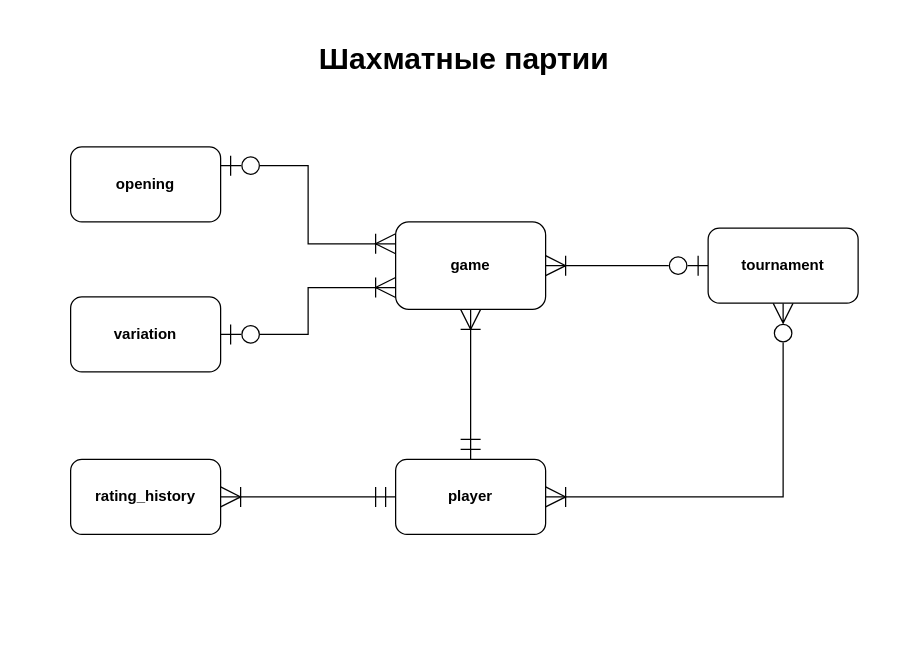
Earlier version of the draw.io diagram page "концептуальная" (3 of 3) of docs/DB2023.drawio (Pr0f1D0c/DB2023Project). Source tidied: cells renumbered, new cells numbered last; positions are measured from the earlier drawing's top-left corner, leaving out a move shared by most shapes. Both pictures are drawn from the tidied source at 125%, with x=0, y=0 at pixel (70, 34).
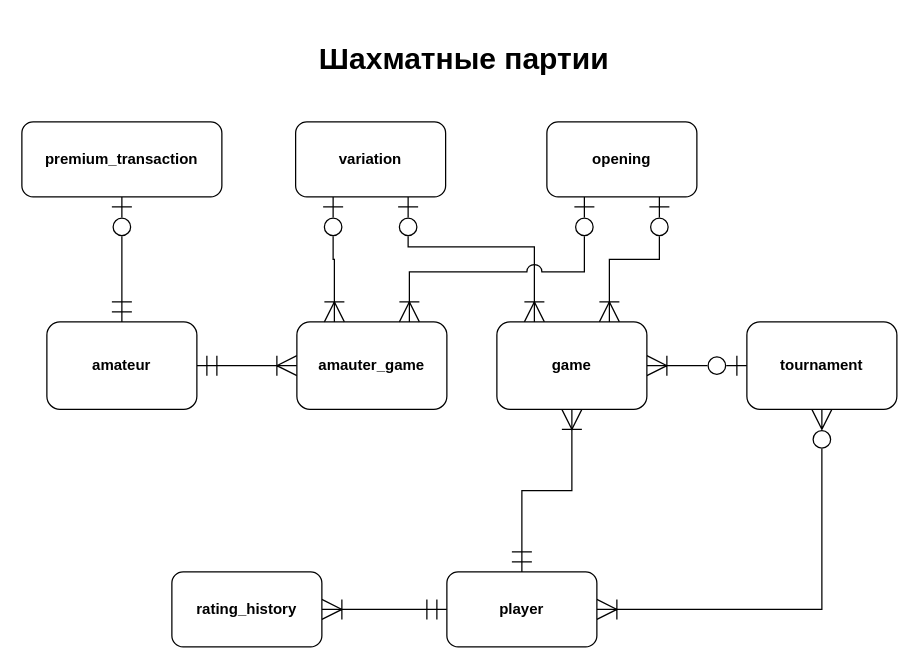
The same page after the edit.

Commit message (it also covers changes not shown here):
Add amateur into schemas jpg

Add Amauters into schemas.drawio

Diff of the diagram source:
```diff
@@
-    <mxCell id="3" style="edgeStyle=orthogonalEdgeStyle;rounded=0;jettySize=auto;html=1;entryX=1;entryY=0.25;entryDx=0;entryDy=0;elbow=vertical;endSize=14;startSize=14;endArrow=ERzeroToOne;endFill=0;startArrow=ERoneToMany;startFill=0;jumpStyle=arc;jumpSize=12;exitX=0;exitY=0.25;exitDx=0;exitDy=0;" parent="1" edge="1" source="10" target="9">
+    <mxCell id="3" style="edgeStyle=orthogonalEdgeStyle;rounded=0;jettySize=auto;html=1;entryX=0.75;entryY=1;entryDx=0;entryDy=0;elbow=vertical;endSize=14;startSize=14;endArrow=ERzeroToOne;endFill=0;startArrow=ERoneToMany;startFill=0;jumpStyle=arc;jumpSize=12;exitX=0.75;exitY=0;exitDx=0;exitDy=0;" parent="1" edge="1" source="10" target="9">
       <mxGeometry relative="1" as="geometry" />
     </mxCell>
@@
-    <mxCell id="7" style="edgeStyle=orthogonalEdgeStyle;rounded=0;jettySize=auto;html=1;exitX=0;exitY=0.75;exitDx=0;exitDy=0;entryX=1;entryY=0.5;entryDx=0;entryDy=0;endArrow=ERzeroToOne;endFill=0;startArrow=ERoneToMany;startFill=0;endSize=14;startSize=14;" parent="1" edge="1" source="10" target="11">
-      <mxGeometry relative="1" as="geometry" />
+    <mxCell id="7" style="edgeStyle=orthogonalEdgeStyle;rounded=0;jettySize=auto;html=1;exitX=0.25;exitY=0;exitDx=0;exitDy=0;entryX=0.75;entryY=1;entryDx=0;entryDy=0;endArrow=ERzeroToOne;endFill=0;startArrow=ERoneToMany;startFill=0;endSize=14;startSize=14;jumpStyle=arc;" parent="1" edge="1" source="10" target="11">
+      <mxGeometry relative="1" as="geometry">
+        <Array as="points">
+          <mxPoint x="371" y="170" />
+          <mxPoint x="270" y="170" />
+        </Array>
+      </mxGeometry>
     </mxCell>
@@
     <mxCell id="9" value="&lt;b&gt;opening&lt;/b&gt;" style="rounded=1;whiteSpace=wrap;html=1;" parent="1" vertex="1">
-      <mxGeometry y="90" width="120" height="60" as="geometry" />
+      <mxGeometry x="381" y="70" width="120" height="60" as="geometry" />
     </mxCell>
     <mxCell id="10" value="&lt;b&gt;game&lt;/b&gt;" style="rounded=1;whiteSpace=wrap;html=1;" parent="1" vertex="1">
-      <mxGeometry x="260" y="150" width="120" height="70" as="geometry" />
+      <mxGeometry x="341" y="230" width="120" height="70" as="geometry" />
     </mxCell>
     <mxCell id="11" value="&lt;b&gt;variation&lt;/b&gt;" style="rounded=1;whiteSpace=wrap;html=1;" parent="1" vertex="1">
-      <mxGeometry y="210" width="120" height="60" as="geometry" />
+      <mxGeometry x="180" y="70" width="120" height="60" as="geometry" />
     </mxCell>
@@
     <mxCell id="13" value="&lt;b&gt;tournament&lt;/b&gt;" style="rounded=1;whiteSpace=wrap;html=1;" parent="1" vertex="1">
-      <mxGeometry x="510" y="155" width="120" height="60" as="geometry" />
+      <mxGeometry x="541" y="230" width="120" height="70" as="geometry" />
     </mxCell>
     <mxCell id="14" value="&lt;b&gt;player&lt;/b&gt;" style="rounded=1;whiteSpace=wrap;html=1;" parent="1" vertex="1">
-      <mxGeometry x="260" y="340" width="120" height="60" as="geometry" />
+      <mxGeometry x="301" y="430" width="120" height="60" as="geometry" />
     </mxCell>
     <mxCell id="15" value="&lt;b&gt;rating_history&lt;/b&gt;" style="rounded=1;whiteSpace=wrap;html=1;" parent="1" vertex="1">
-      <mxGeometry y="340" width="120" height="60" as="geometry" />
+      <mxGeometry x="81" y="430" width="120" height="60" as="geometry" />
     </mxCell>
+    <mxCell id="16" style="edgeStyle=orthogonalEdgeStyle;rounded=0;jettySize=auto;html=1;entryX=0;entryY=0.5;entryDx=0;entryDy=0;endSize=14;startSize=14;endArrow=ERoneToMany;endFill=0;startArrow=ERmandOne;startFill=0;" parent="1" edge="1" source="18" target="20">
+      <mxGeometry relative="1" as="geometry" />
+    </mxCell>
+    <mxCell id="17" style="edgeStyle=orthogonalEdgeStyle;rounded=0;jettySize=auto;html=1;endSize=14;startSize=14;endArrow=ERzeroToOne;endFill=0;startArrow=ERmandOne;startFill=0;" parent="1" edge="1" source="18" target="19">
+      <mxGeometry relative="1" as="geometry" />
+    </mxCell>
+    <mxCell id="18" value="&lt;b&gt;amateur&lt;/b&gt;" style="rounded=1;whiteSpace=wrap;html=1;" parent="1" vertex="1">
+      <mxGeometry x="-19" y="230" width="120" height="70" as="geometry" />
+    </mxCell>
+    <mxCell id="19" value="&lt;b&gt;premium_transaction&lt;br&gt;&lt;/b&gt;" style="rounded=1;whiteSpace=wrap;html=1;" parent="1" vertex="1">
+      <mxGeometry x="-39" y="70" width="160" height="60" as="geometry" />
+    </mxCell>
+    <mxCell id="20" value="&lt;b&gt;amauter_game&lt;/b&gt;" style="rounded=1;whiteSpace=wrap;html=1;" parent="1" vertex="1">
+      <mxGeometry x="181" y="230" width="120" height="70" as="geometry" />
+    </mxCell>
+    <mxCell id="21" style="edgeStyle=orthogonalEdgeStyle;rounded=0;jettySize=auto;html=1;exitX=0.25;exitY=0;exitDx=0;exitDy=0;entryX=0.25;entryY=1;entryDx=0;entryDy=0;endArrow=ERzeroToOne;endFill=0;startArrow=ERoneToMany;startFill=0;endSize=14;startSize=14;" parent="1" edge="1" source="20" target="11">
+      <mxGeometry relative="1" as="geometry" />
+    </mxCell>
+    <mxCell id="22" style="edgeStyle=orthogonalEdgeStyle;rounded=0;jettySize=auto;html=1;exitX=0.75;exitY=0;exitDx=0;exitDy=0;entryX=0.25;entryY=1;entryDx=0;entryDy=0;endArrow=ERzeroToOne;endFill=0;startArrow=ERoneToMany;startFill=0;endSize=14;startSize=14;jumpStyle=arc;jumpSize=12;" parent="1" edge="1" source="20" target="9">
+      <mxGeometry relative="1" as="geometry">
+        <Array as="points">
+          <mxPoint x="271" y="190" />
+          <mxPoint x="411" y="190" />
+        </Array>
+      </mxGeometry>
+    </mxCell>
```
